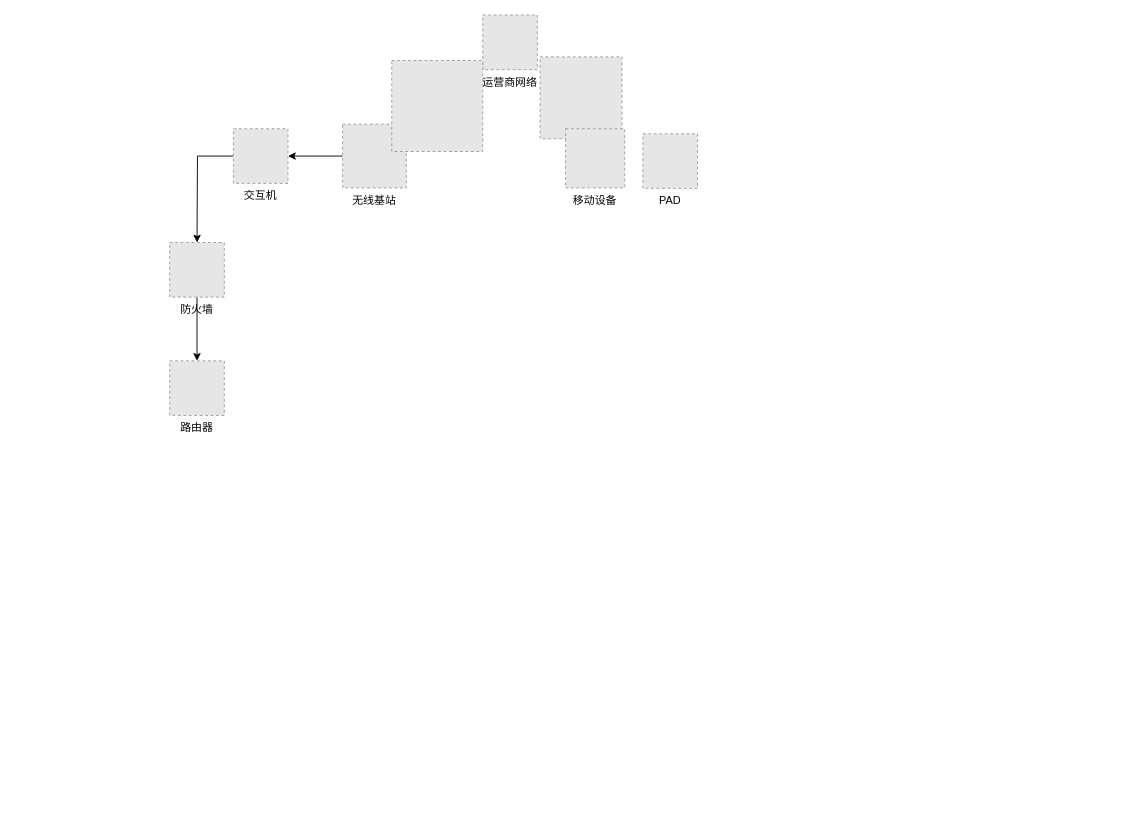
This is 绘图.drawio from FicentAlanZeng/swiftStock, a draw.io file, before an edit. Source tidied: cells renumbered, new cells numbered last; positions are measured from the earlier drawing's top-left corner, leaving out a move shared by most shapes. Both pictures are drawn from the tidied source at 91%, with x=0, y=0 at pixel (169, 15). Pictures stored in the file or linked from it are replaced by grey dashed boxes.
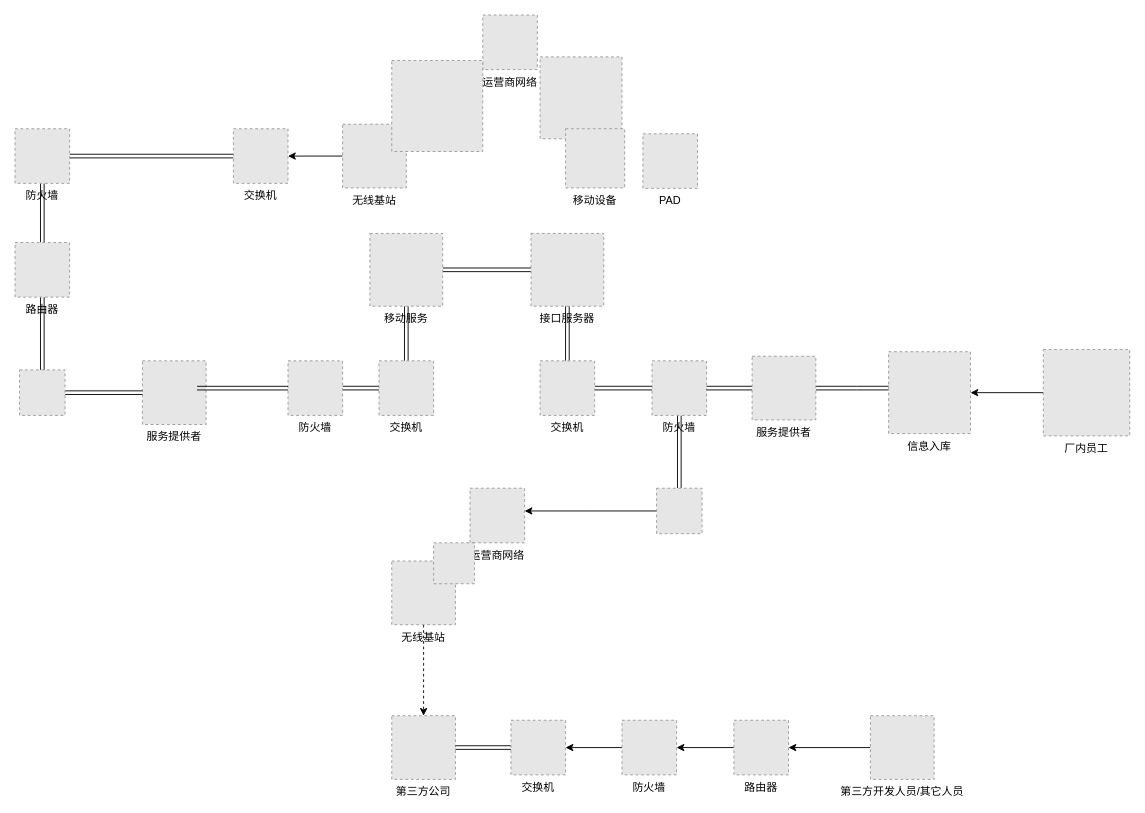
After the change.

What changed in the source:
```diff
@@
-    <mxCell id="9" style="edgeStyle=orthogonalEdgeStyle;rounded=0;jettySize=auto;html=1;" parent="1" edge="1" source="10">
-      <mxGeometry relative="1" as="geometry">
-        <mxPoint x="30" y="250" as="targetPoint" />
-      </mxGeometry>
+    <mxCell id="9" style="edgeStyle=orthogonalEdgeStyle;rounded=0;jettySize=auto;html=1;shape=link;" parent="1" edge="1" source="10" target="12">
+      <mxGeometry relative="1" as="geometry" />
     </mxCell>
-    <mxCell id="10" value="交互机" style="fillColor=#E6E6E6;strokeColor=#999999;dashed=1;verticalLabelPosition=bottom;verticalAlign=top;" parent="1" vertex="1">
+    <mxCell id="10" value="交换机" style="fillColor=#E6E6E6;strokeColor=#999999;dashed=1;verticalLabelPosition=bottom;verticalAlign=top;" parent="1" vertex="1">
       <mxGeometry x="70" y="125" width="60" height="60" as="geometry" />
     </mxCell>
-    <mxCell id="11" style="edgeStyle=orthogonalEdgeStyle;rounded=0;jettySize=auto;html=1;" parent="1" edge="1" source="12">
-      <mxGeometry relative="1" as="geometry">
-        <mxPoint x="30" y="380" as="targetPoint" />
-      </mxGeometry>
+    <mxCell id="11" style="edgeStyle=orthogonalEdgeStyle;rounded=0;jettySize=auto;html=1;shape=link;" parent="1" edge="1" source="12" target="13">
+      <mxGeometry relative="1" as="geometry" />
     </mxCell>
     <mxCell id="12" value="防火墙" style="fillColor=#E6E6E6;strokeColor=#999999;dashed=1;verticalLabelPosition=bottom;verticalAlign=top;" parent="1" vertex="1">
-      <mxGeometry y="250" width="60" height="60" as="geometry" />
+      <mxGeometry x="-170" y="125" width="60" height="60" as="geometry" />
     </mxCell>
+    <mxCell id="14" style="edgeStyle=orthogonalEdgeStyle;rounded=0;jettySize=auto;html=1;shape=link;" parent="1" edge="1" source="13" target="32">
+      <mxGeometry relative="1" as="geometry" />
+    </mxCell>
     <mxCell id="13" value="路由器" style="fillColor=#E6E6E6;strokeColor=#999999;dashed=1;verticalLabelPosition=bottom;verticalAlign=top;" parent="1" vertex="1">
-      <mxGeometry y="380" width="60" height="60" as="geometry" />
+      <mxGeometry x="-170" y="250" width="60" height="60" as="geometry" />
     </mxCell>
+    <mxCell id="15" style="edgeStyle=orthogonalEdgeStyle;rounded=0;jettySize=auto;html=1;shape=link;" parent="1" edge="1" source="18" target="20">
+      <mxGeometry relative="1" as="geometry" />
+    </mxCell>
+    <mxCell id="16" style="edgeStyle=orthogonalEdgeStyle;rounded=0;jettySize=auto;html=1;shape=link;exitX=0.5;exitY=1;exitDx=0;exitDy=0;" parent="1" edge="1" source="29" target="26">
+      <mxGeometry relative="1" as="geometry" />
+    </mxCell>
+    <mxCell id="17" style="edgeStyle=orthogonalEdgeStyle;rounded=0;jettySize=auto;html=1;shape=link;" parent="1" edge="1" source="18" target="29">
+      <mxGeometry relative="1" as="geometry" />
+    </mxCell>
+    <mxCell id="18" value="移动服务" style="fillColor=#E6E6E6;strokeColor=#999999;dashed=1;verticalLabelPosition=bottom;verticalAlign=top;" parent="1" vertex="1">
+      <mxGeometry x="220" y="240" width="80" height="80" as="geometry" />
+    </mxCell>
+    <mxCell id="19" style="edgeStyle=orthogonalEdgeStyle;rounded=0;jettySize=auto;html=1;shape=link;" parent="1" edge="1" source="20" target="21">
+      <mxGeometry relative="1" as="geometry" />
+    </mxCell>
+    <mxCell id="20" value="交换机" style="fillColor=#E6E6E6;strokeColor=#999999;dashed=1;verticalLabelPosition=bottom;verticalAlign=top;" parent="1" vertex="1">
+      <mxGeometry x="230" y="380" width="60" height="60" as="geometry" />
+    </mxCell>
+    <mxCell id="21" value="防火墙" style="fillColor=#E6E6E6;strokeColor=#999999;dashed=1;verticalLabelPosition=bottom;verticalAlign=top;" parent="1" vertex="1">
+      <mxGeometry x="130" y="380" width="60" height="60" as="geometry" />
+    </mxCell>
+    <mxCell id="22" value="服务提供者" style="fillColor=#E6E6E6;strokeColor=#999999;dashed=1;verticalLabelPosition=bottom;verticalAlign=top;" parent="1" vertex="1">
+      <mxGeometry x="-30" y="380" width="70" height="70" as="geometry" />
+    </mxCell>
+    <mxCell id="23" style="edgeStyle=orthogonalEdgeStyle;rounded=0;jettySize=auto;html=1;entryX=0.857;entryY=0.429;entryDx=0;entryDy=0;entryPerimeter=0;shape=link;" parent="1" edge="1" source="21" target="22">
+      <mxGeometry relative="1" as="geometry" />
+    </mxCell>
+    <mxCell id="24" style="edgeStyle=orthogonalEdgeStyle;rounded=0;jettySize=auto;html=1;shape=link;" parent="1" edge="1" source="22" target="32">
+      <mxGeometry relative="1" as="geometry" />
+    </mxCell>
+    <mxCell id="25" style="edgeStyle=orthogonalEdgeStyle;rounded=0;jettySize=auto;html=1;shape=link;" parent="1" edge="1" source="26" target="28">
+      <mxGeometry relative="1" as="geometry" />
+    </mxCell>
+    <mxCell id="26" value="交换机" style="fillColor=#E6E6E6;strokeColor=#999999;dashed=1;verticalLabelPosition=bottom;verticalAlign=top;" parent="1" vertex="1">
+      <mxGeometry x="407" y="380" width="60" height="60" as="geometry" />
+    </mxCell>
+    <mxCell id="27" style="edgeStyle=orthogonalEdgeStyle;rounded=0;jettySize=auto;html=1;shape=link;" parent="1" edge="1" source="28" target="31">
+      <mxGeometry relative="1" as="geometry" />
+    </mxCell>
+    <mxCell id="28" value="防火墙" style="fillColor=#E6E6E6;strokeColor=#999999;dashed=1;verticalLabelPosition=bottom;verticalAlign=top;" parent="1" vertex="1">
+      <mxGeometry x="530" y="380" width="60" height="60" as="geometry" />
+    </mxCell>
+    <mxCell id="29" value="接口服务器" style="fillColor=#E6E6E6;strokeColor=#999999;dashed=1;verticalLabelPosition=bottom;verticalAlign=top;" parent="1" vertex="1">
+      <mxGeometry x="397" y="240" width="80" height="80" as="geometry" />
+    </mxCell>
+    <mxCell id="30" style="edgeStyle=orthogonalEdgeStyle;rounded=0;jettySize=auto;html=1;" parent="1" edge="1" source="31">
+      <mxGeometry relative="1" as="geometry">
+        <mxPoint x="390" y="545" as="targetPoint" />
+      </mxGeometry>
+    </mxCell>
+    <mxCell id="31" style="fillColor=#E6E6E6;strokeColor=#999999;dashed=1;verticalLabelPosition=bottom;verticalAlign=top;" parent="1" vertex="1">
+      <mxGeometry x="535" y="520" width="50" height="50" as="geometry" />
+    </mxCell>
+    <mxCell id="32" style="fillColor=#E6E6E6;strokeColor=#999999;dashed=1;verticalLabelPosition=bottom;verticalAlign=top;" parent="1" vertex="1">
+      <mxGeometry x="-165" y="390" width="50" height="50" as="geometry" />
+    </mxCell>
+    <mxCell id="33" style="edgeStyle=orthogonalEdgeStyle;rounded=0;jettySize=auto;html=1;" parent="1" edge="1" source="34" target="51">
+      <mxGeometry relative="1" as="geometry" />
+    </mxCell>
+    <mxCell id="34" value="第三方开发人员/其它人员" style="fillColor=#E6E6E6;strokeColor=#999999;dashed=1;verticalLabelPosition=bottom;verticalAlign=top;" parent="1" vertex="1">
+      <mxGeometry x="770" y="770" width="70" height="70" as="geometry" />
+    </mxCell>
+    <mxCell id="35" style="edgeStyle=orthogonalEdgeStyle;rounded=0;jettySize=auto;html=1;shape=filledEdge;dashed=1;" parent="1" edge="1" source="36" target="45">
+      <mxGeometry relative="1" as="geometry" />
+    </mxCell>
+    <mxCell id="36" value="无线基站" style="fillColor=#E6E6E6;strokeColor=#999999;dashed=1;verticalLabelPosition=bottom;verticalAlign=top;" parent="1" vertex="1">
+      <mxGeometry x="244" y="600" width="70" height="70" as="geometry" />
+    </mxCell>
+    <mxCell id="37" style="edgeStyle=orthogonalEdgeStyle;rounded=0;jettySize=auto;html=1;shape=link;" parent="1" edge="1" source="39" target="28">
+      <mxGeometry relative="1" as="geometry" />
+    </mxCell>
+    <mxCell id="38" style="edgeStyle=orthogonalEdgeStyle;rounded=0;jettySize=auto;html=1;shape=link;" parent="1" edge="1" source="39">
+      <mxGeometry relative="1" as="geometry">
+        <mxPoint x="800" y="410" as="targetPoint" />
+      </mxGeometry>
+    </mxCell>
+    <mxCell id="39" value="服务提供者" style="fillColor=#E6E6E6;strokeColor=#999999;dashed=1;verticalLabelPosition=bottom;verticalAlign=top;" parent="1" vertex="1">
+      <mxGeometry x="640" y="375" width="70" height="70" as="geometry" />
+    </mxCell>
+    <mxCell id="40" style="edgeStyle=orthogonalEdgeStyle;rounded=0;jettySize=auto;html=1;" parent="1" edge="1" source="41" target="42">
+      <mxGeometry relative="1" as="geometry" />
+    </mxCell>
+    <mxCell id="41" value="厂内员工" style="fillColor=#E6E6E6;strokeColor=#999999;dashed=1;verticalLabelPosition=bottom;verticalAlign=top;" parent="1" vertex="1">
+      <mxGeometry x="960" y="367.5" width="95" height="95" as="geometry" />
+    </mxCell>
+    <mxCell id="42" value="信息入库" style="fillColor=#E6E6E6;strokeColor=#999999;dashed=1;verticalLabelPosition=bottom;verticalAlign=top;" parent="1" vertex="1">
+      <mxGeometry x="790" y="370" width="90" height="90" as="geometry" />
+    </mxCell>
+    <mxCell id="43" value="运营商网络" style="fillColor=#E6E6E6;strokeColor=#999999;dashed=1;verticalLabelPosition=bottom;verticalAlign=top;" parent="1" vertex="1">
+      <mxGeometry x="330" y="520" width="60" height="60" as="geometry" />
+    </mxCell>
+    <mxCell id="44" style="fillColor=#E6E6E6;strokeColor=#999999;dashed=1;verticalLabelPosition=bottom;verticalAlign=top;" parent="1" vertex="1">
+      <mxGeometry x="290" y="580" width="45" height="45" as="geometry" />
+    </mxCell>
+    <mxCell id="45" value="第三方公司" style="fillColor=#E6E6E6;strokeColor=#999999;dashed=1;verticalLabelPosition=bottom;verticalAlign=top;" parent="1" vertex="1">
+      <mxGeometry x="244" y="770" width="70" height="70" as="geometry" />
+    </mxCell>
+    <mxCell id="46" style="edgeStyle=orthogonalEdgeStyle;rounded=0;jettySize=auto;html=1;shape=link;" parent="1" edge="1" source="47" target="45">
+      <mxGeometry relative="1" as="geometry" />
+    </mxCell>
+    <mxCell id="47" value="交换机" style="fillColor=#E6E6E6;strokeColor=#999999;dashed=1;verticalLabelPosition=bottom;verticalAlign=top;" parent="1" vertex="1">
+      <mxGeometry x="375" y="775" width="60" height="60" as="geometry" />
+    </mxCell>
+    <mxCell id="48" style="edgeStyle=orthogonalEdgeStyle;rounded=0;jettySize=auto;html=1;" parent="1" edge="1" source="49" target="47">
+      <mxGeometry relative="1" as="geometry" />
+    </mxCell>
+    <mxCell id="49" value="防火墙" style="fillColor=#E6E6E6;strokeColor=#999999;dashed=1;verticalLabelPosition=bottom;verticalAlign=top;" parent="1" vertex="1">
+      <mxGeometry x="497" y="775" width="60" height="60" as="geometry" />
+    </mxCell>
+    <mxCell id="50" style="edgeStyle=orthogonalEdgeStyle;rounded=0;jettySize=auto;html=1;" parent="1" edge="1" source="51" target="49">
+      <mxGeometry relative="1" as="geometry" />
+    </mxCell>
+    <mxCell id="51" value="路由器" style="fillColor=#E6E6E6;strokeColor=#999999;dashed=1;verticalLabelPosition=bottom;verticalAlign=top;" parent="1" vertex="1">
+      <mxGeometry x="620" y="775" width="60" height="60" as="geometry" />
+    </mxCell>
```
